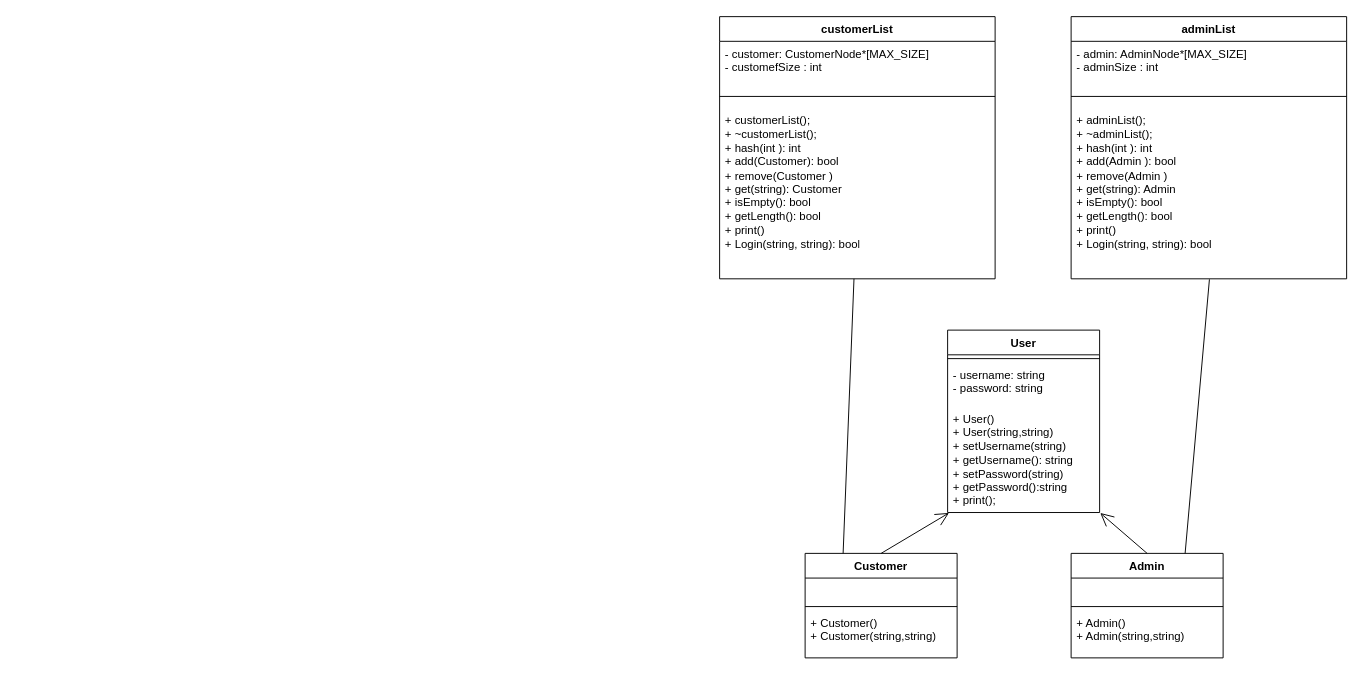
Above: Assginment.drawio in a1dss/DSA_Assignment (draw.io), before the change. Source tidied: cells renumbered, new cells numbered last; positions are measured from the earlier drawing's top-left corner, leaving out a move shared by most shapes. Both pictures are drawn from the tidied source at 95%, with x=0, y=0 at pixel (719, 16).
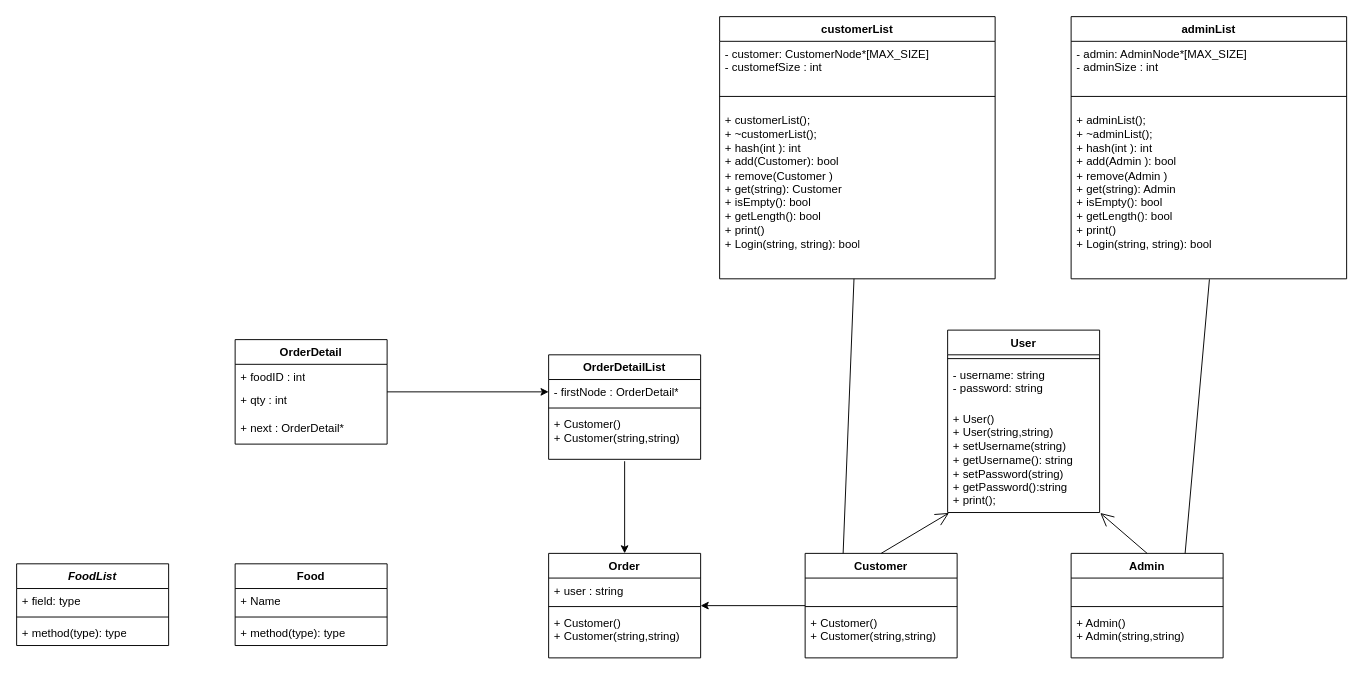
The same page after the edit.

Unchanged cells that the change refers to:
```xml
<mxCell id="6" value="Customer" style="swimlane;fontStyle=1;align=center;verticalAlign=top;horizontal=1;startSize=26;whiteSpace=wrap;html=1;" parent="1" vertex="1">
  <mxGeometry x="90" y="565" width="160" height="110" as="geometry" />
</mxCell>
```

What changed in the source:
```diff
@@
+    <mxCell id="26" style="edgeStyle=orthogonalEdgeStyle;rounded=0;jettySize=auto;html=1;" parent="1" edge="1" source="6" target="27">
+      <mxGeometry relative="1" as="geometry" />
+    </mxCell>
@@
+    <mxCell id="27" value="Order" style="swimlane;fontStyle=1;align=center;verticalAlign=top;horizontal=1;startSize=26;whiteSpace=wrap;html=1;" parent="1" vertex="1">
+      <mxGeometry x="-180" y="565" width="160" height="110" as="geometry" />
+    </mxCell>
+    <mxCell id="28" value="+ user : string" style="text;strokeColor=none;fillColor=none;align=left;verticalAlign=top;spacingLeft=4;spacingRight=4;overflow=hidden;whiteSpace=wrap;html=1;" parent="27" vertex="1">
+      <mxGeometry y="26" width="160" height="26" as="geometry" />
+    </mxCell>
+    <mxCell id="29" style="line;strokeWidth=1;fillColor=none;align=left;verticalAlign=middle;spacingTop=-1;spacingLeft=3;spacingRight=3;labelPosition=right;strokeColor=inherit;" parent="27" vertex="1">
+      <mxGeometry y="52" width="160" height="8" as="geometry" />
+    </mxCell>
+    <mxCell id="30" value="+ Customer()&lt;br style=&quot;border-color: var(--border-color);&quot;&gt;+ Customer(string,string)" style="text;strokeColor=none;fillColor=none;align=left;verticalAlign=top;spacingLeft=4;spacingRight=4;overflow=hidden;whiteSpace=wrap;html=1;" parent="27" vertex="1">
+      <mxGeometry y="60" width="160" height="50" as="geometry" />
+    </mxCell>
+    <mxCell id="31" value="OrderDetailList" style="swimlane;fontStyle=1;align=center;verticalAlign=top;horizontal=1;startSize=26;whiteSpace=wrap;html=1;" parent="1" vertex="1">
+      <mxGeometry x="-180" y="356" width="160" height="110" as="geometry" />
+    </mxCell>
+    <mxCell id="32" value="- firstNode : OrderDetail*" style="text;strokeColor=none;fillColor=none;align=left;verticalAlign=top;spacingLeft=4;spacingRight=4;overflow=hidden;points=[[0,0.5],[1,0.5]];portConstraint=eastwest;whiteSpace=wrap;html=1;" parent="31" vertex="1">
+      <mxGeometry y="26" width="160" height="26" as="geometry" />
+    </mxCell>
+    <mxCell id="33" style="line;strokeWidth=1;fillColor=none;align=left;verticalAlign=middle;spacingTop=-1;spacingLeft=3;spacingRight=3;labelPosition=right;strokeColor=inherit;" parent="31" vertex="1">
+      <mxGeometry y="52" width="160" height="8" as="geometry" />
+    </mxCell>
+    <mxCell id="34" value="+ Customer()&lt;br style=&quot;border-color: var(--border-color);&quot;&gt;+ Customer(string,string)" style="text;strokeColor=none;fillColor=none;align=left;verticalAlign=top;spacingLeft=4;spacingRight=4;overflow=hidden;whiteSpace=wrap;html=1;" parent="31" vertex="1">
+      <mxGeometry y="60" width="160" height="50" as="geometry" />
+    </mxCell>
+    <mxCell id="35" style="edgeStyle=orthogonalEdgeStyle;rounded=0;jettySize=auto;html=1;" parent="1" edge="1" target="27">
+      <mxGeometry relative="1" as="geometry">
+        <mxPoint x="-100" y="468" as="sourcePoint" />
+        <Array as="points">
+          <mxPoint x="-100" y="468" />
+        </Array>
+      </mxGeometry>
+    </mxCell>
+    <mxCell id="36" value="&lt;i&gt;FoodList&lt;/i&gt;" style="swimlane;fontStyle=1;align=center;verticalAlign=top;horizontal=1;startSize=26;whiteSpace=wrap;html=1;" parent="1" vertex="1">
+      <mxGeometry x="-740" y="576" width="160" height="86" as="geometry" />
+    </mxCell>
+    <mxCell id="37" value="+ field: type" style="text;strokeColor=none;fillColor=none;align=left;verticalAlign=top;spacingLeft=4;spacingRight=4;overflow=hidden;whiteSpace=wrap;html=1;" parent="36" vertex="1">
+      <mxGeometry y="26" width="160" height="26" as="geometry" />
+    </mxCell>
+    <mxCell id="38" style="line;strokeWidth=1;fillColor=none;align=left;verticalAlign=middle;spacingTop=-1;spacingLeft=3;spacingRight=3;labelPosition=right;strokeColor=inherit;" parent="36" vertex="1">
+      <mxGeometry y="52" width="160" height="8" as="geometry" />
+    </mxCell>
+    <mxCell id="39" value="+ method(type): type" style="text;strokeColor=none;fillColor=none;align=left;verticalAlign=top;spacingLeft=4;spacingRight=4;overflow=hidden;whiteSpace=wrap;html=1;" parent="36" vertex="1">
+      <mxGeometry y="60" width="160" height="26" as="geometry" />
+    </mxCell>
+    <mxCell id="40" value="Food" style="swimlane;fontStyle=1;align=center;verticalAlign=top;horizontal=1;startSize=26;whiteSpace=wrap;html=1;" parent="1" vertex="1">
+      <mxGeometry x="-510" y="576" width="160" height="86" as="geometry" />
+    </mxCell>
+    <mxCell id="41" value="+ Name" style="text;strokeColor=none;fillColor=none;align=left;verticalAlign=top;spacingLeft=4;spacingRight=4;overflow=hidden;whiteSpace=wrap;html=1;" parent="40" vertex="1">
+      <mxGeometry y="26" width="160" height="26" as="geometry" />
+    </mxCell>
+    <mxCell id="42" style="line;strokeWidth=1;fillColor=none;align=left;verticalAlign=middle;spacingTop=-1;spacingLeft=3;spacingRight=3;labelPosition=right;strokeColor=inherit;" parent="40" vertex="1">
+      <mxGeometry y="52" width="160" height="8" as="geometry" />
+    </mxCell>
+    <mxCell id="43" value="+ method(type): type" style="text;strokeColor=none;fillColor=none;align=left;verticalAlign=top;spacingLeft=4;spacingRight=4;overflow=hidden;whiteSpace=wrap;html=1;" parent="40" vertex="1">
+      <mxGeometry y="60" width="160" height="26" as="geometry" />
+    </mxCell>
+    <mxCell id="44" style="edgeStyle=orthogonalEdgeStyle;rounded=0;jettySize=auto;html=1;entryX=0;entryY=0.5;entryDx=0;entryDy=0;" parent="1" edge="1" source="45" target="32">
+      <mxGeometry relative="1" as="geometry" />
+    </mxCell>
+    <mxCell id="45" value="OrderDetail" style="swimlane;fontStyle=1;align=center;verticalAlign=top;horizontal=1;startSize=26;whiteSpace=wrap;html=1;" parent="1" vertex="1">
+      <mxGeometry x="-510" y="340" width="160" height="110" as="geometry" />
+    </mxCell>
+    <mxCell id="46" value="+ foodID : int" style="text;strokeColor=none;fillColor=none;align=left;verticalAlign=top;spacingLeft=4;spacingRight=4;overflow=hidden;whiteSpace=wrap;html=1;" parent="45" vertex="1">
+      <mxGeometry y="26" width="160" height="24" as="geometry" />
+    </mxCell>
+    <mxCell id="47" value="+ qty : int" style="text;strokeColor=none;fillColor=none;align=left;verticalAlign=top;spacingLeft=4;spacingRight=4;overflow=hidden;whiteSpace=wrap;html=1;" parent="45" vertex="1">
+      <mxGeometry y="50" width="160" height="30" as="geometry" />
+    </mxCell>
+    <mxCell id="48" value="+ next : OrderDetail*" style="text;strokeColor=none;fillColor=none;align=left;verticalAlign=top;spacingLeft=4;spacingRight=4;overflow=hidden;whiteSpace=wrap;html=1;" parent="45" vertex="1">
+      <mxGeometry y="80" width="160" height="30" as="geometry" />
+    </mxCell>
```
